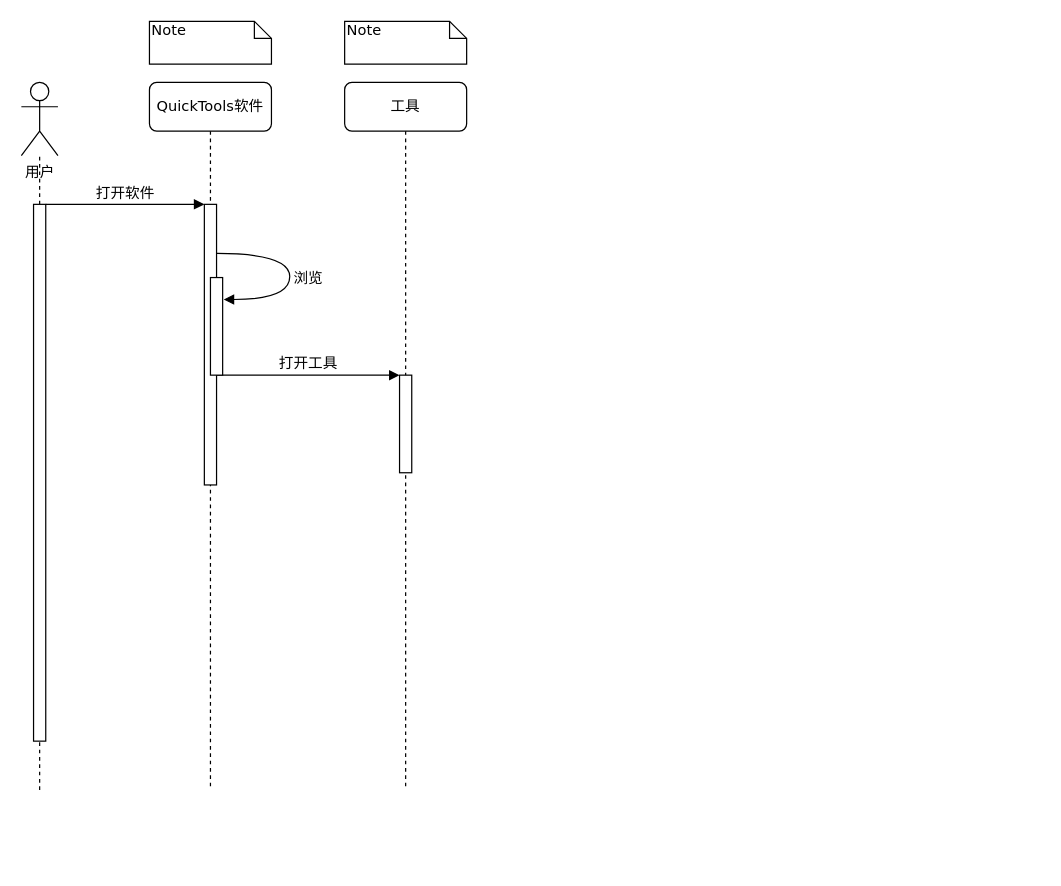
QWERDF007/QuickTools keeps this draw.io diagram as assets/design/时序图.drawio. Above is the earlier version. Source tidied: cells renumbered, new cells numbered last; positions are measured from the earlier drawing's top-left corner, leaving out a move shared by most shapes. Both pictures are drawn from the tidied source at 122%, with x=0, y=0 at pixel (21, 21).
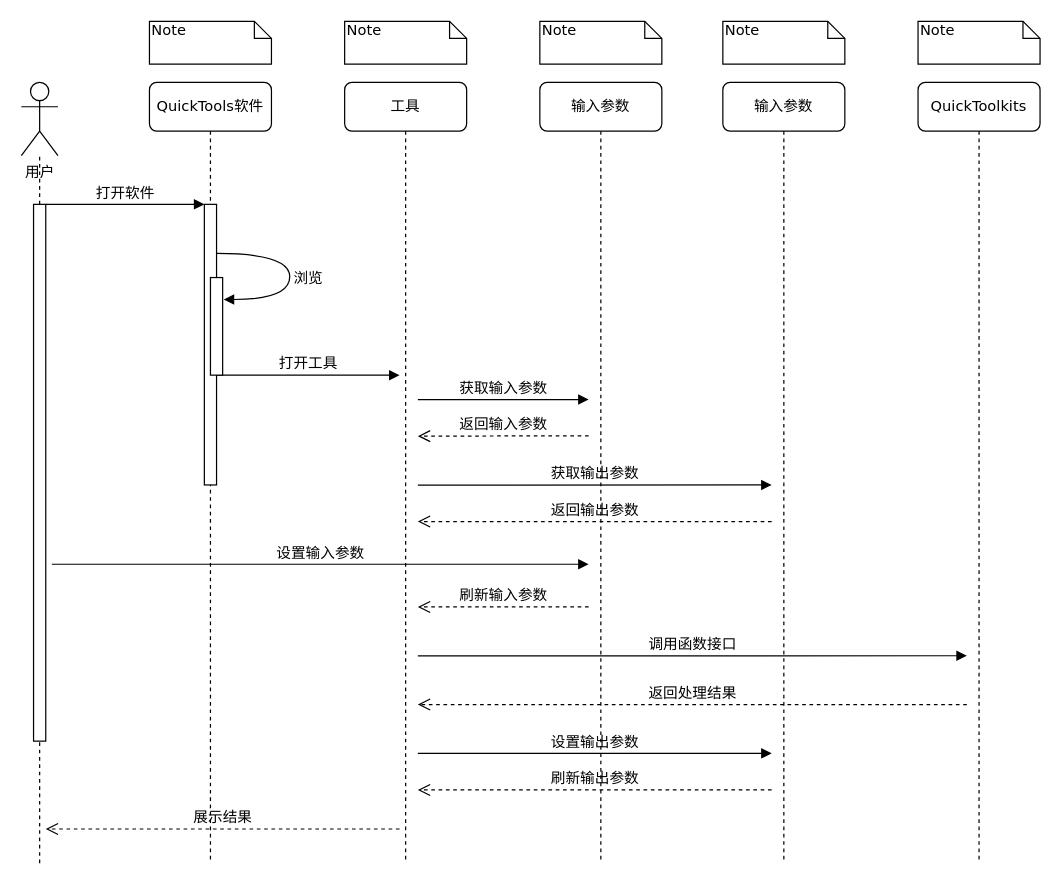
After the change.

Commit message:
更新时序图

Unchanged cells that the change refers to:
```xml
<mxCell id="9" value="用户" style="shape=umlActor;verticalLabelPosition=bottom;verticalAlign=top;html=1;outlineConnect=0;" parent="1" vertex="1">
  <mxGeometry y="50" width="30" height="60" as="geometry" />
</mxCell>
```

Change to the diagram source:
```diff
@@
     <mxCell id="2" value="QuickTools软件" style="shape=umlLifeline;perimeter=lifelinePerimeter;whiteSpace=wrap;html=1;rounded=1;shadow=0;comic=0;labelBackgroundColor=none;strokeWidth=1;fontFamily=Verdana;fontSize=12;align=center;" parent="1" vertex="1">
-      <mxGeometry x="105" y="50" width="100" height="580" as="geometry" />
+      <mxGeometry x="105" y="50" width="100" height="640" as="geometry" />
     </mxCell>
+    <mxCell id="15" value="展示结果" style="html=1;verticalAlign=bottom;endArrow=open;dashed=1;endSize=8;labelBackgroundColor=none;fontFamily=Verdana;fontSize=12;edgeStyle=elbowEdgeStyle;elbow=vertical;" parent="2" edge="1">
+      <mxGeometry relative="1" as="geometry">
+        <mxPoint x="205" y="612" as="sourcePoint" />
+        <mxPoint x="-85" y="611.7" as="targetPoint" />
+      </mxGeometry>
+    </mxCell>
     <mxCell id="3" style="endArrow=none;dashed=1;html=1;rounded=0;" parent="1" edge="1" target="9">
       <mxGeometry relative="1" as="geometry">
-        <mxPoint x="15" y="630" as="sourcePoint" />
+        <mxPoint x="15" y="690" as="sourcePoint" />
       </mxGeometry>
     </mxCell>
     <mxCell id="4" value="工具" style="shape=umlLifeline;perimeter=lifelinePerimeter;whiteSpace=wrap;html=1;rounded=1;shadow=0;comic=0;labelBackgroundColor=none;strokeWidth=1;fontFamily=Verdana;fontSize=12;align=center;" parent="1" vertex="1">
-      <mxGeometry x="265" y="50" width="100" height="580" as="geometry" />
+      <mxGeometry x="265" y="50" width="100" height="640" as="geometry" />
     </mxCell>
+    <mxCell id="16" value="获取输出参数" style="html=1;verticalAlign=bottom;endArrow=block;labelBackgroundColor=none;fontFamily=Verdana;fontSize=12;edgeStyle=elbowEdgeStyle;elbow=vertical;jumpStyle=none;" parent="4" edge="1">
+      <mxGeometry relative="1" as="geometry">
+        <mxPoint x="60" y="330.1" as="sourcePoint" />
+        <mxPoint x="350" y="330" as="targetPoint" />
+      </mxGeometry>
+    </mxCell>
+    <mxCell id="17" value="调用函数接口" style="html=1;verticalAlign=bottom;endArrow=block;labelBackgroundColor=none;fontFamily=Verdana;fontSize=12;edgeStyle=elbowEdgeStyle;elbow=vertical;" parent="4" edge="1">
+      <mxGeometry relative="1" as="geometry">
+        <mxPoint x="60" y="470.1" as="sourcePoint" />
+        <mxPoint x="510" y="470" as="targetPoint" />
+      </mxGeometry>
+    </mxCell>
+    <mxCell id="18" value="刷新输出参数" style="html=1;verticalAlign=bottom;endArrow=open;dashed=1;endSize=8;labelBackgroundColor=none;fontFamily=Verdana;fontSize=12;edgeStyle=elbowEdgeStyle;elbow=vertical;" parent="4" edge="1">
+      <mxGeometry relative="1" as="geometry">
+        <mxPoint x="350" y="580" as="sourcePoint" />
+        <mxPoint x="60" y="579.7" as="targetPoint" />
+      </mxGeometry>
+    </mxCell>
@@
-    <mxCell id="14" style="html=1;perimeter=orthogonalPerimeter;rounded=0;shadow=0;comic=0;labelBackgroundColor=none;strokeWidth=1;fontFamily=Verdana;fontSize=12;align=center;" parent="1" vertex="1">
-      <mxGeometry x="310" y="290" width="10" height="80" as="geometry" />
-    </mxCell>
+    <mxCell id="19" value="输入参数" style="shape=umlLifeline;perimeter=lifelinePerimeter;whiteSpace=wrap;html=1;rounded=1;shadow=0;comic=0;labelBackgroundColor=none;strokeWidth=1;fontFamily=Verdana;fontSize=12;align=center;" parent="1" vertex="1">
+      <mxGeometry x="425" y="50" width="100" height="640" as="geometry" />
+    </mxCell>
+    <mxCell id="20" value="设置输出参数" style="html=1;verticalAlign=bottom;endArrow=block;labelBackgroundColor=none;fontFamily=Verdana;fontSize=12;edgeStyle=elbowEdgeStyle;elbow=vertical;jumpStyle=none;" parent="19" edge="1">
+      <mxGeometry relative="1" as="geometry">
+        <mxPoint x="-100" y="550" as="sourcePoint" />
+        <mxPoint x="190" y="550" as="targetPoint" />
+      </mxGeometry>
+    </mxCell>
+    <mxCell id="21" value="Note" style="shape=note;whiteSpace=wrap;html=1;size=14;verticalAlign=top;align=left;spacingTop=-6;rounded=0;shadow=0;comic=0;labelBackgroundColor=none;strokeWidth=1;fontFamily=Verdana;fontSize=12;" parent="1" vertex="1">
+      <mxGeometry x="425" width="100" height="35" as="geometry" />
+    </mxCell>
+    <mxCell id="22" value="设置输入参数" style="html=1;verticalAlign=bottom;endArrow=block;labelBackgroundColor=none;fontFamily=Verdana;fontSize=12;edgeStyle=elbowEdgeStyle;elbow=vertical;" parent="1" edge="1">
+      <mxGeometry relative="1" as="geometry">
+        <mxPoint x="25" y="445" as="sourcePoint" />
+        <mxPoint x="465" y="445" as="targetPoint" />
+      </mxGeometry>
+    </mxCell>
+    <mxCell id="23" value="刷新输入参数" style="html=1;verticalAlign=bottom;endArrow=open;dashed=1;endSize=8;labelBackgroundColor=none;fontFamily=Verdana;fontSize=12;edgeStyle=elbowEdgeStyle;elbow=vertical;" parent="1" edge="1">
+      <mxGeometry relative="1" as="geometry">
+        <mxPoint x="465" y="480" as="sourcePoint" />
+        <mxPoint x="325" y="480" as="targetPoint" />
+      </mxGeometry>
+    </mxCell>
+    <mxCell id="24" value="获取输入参数" style="html=1;verticalAlign=bottom;endArrow=block;entryX=0;entryY=0;labelBackgroundColor=none;fontFamily=Verdana;fontSize=12;edgeStyle=elbowEdgeStyle;elbow=vertical;" parent="1" edge="1">
+      <mxGeometry relative="1" as="geometry">
+        <mxPoint x="325" y="310" as="sourcePoint" />
+        <mxPoint x="465" y="310.3" as="targetPoint" />
+      </mxGeometry>
+    </mxCell>
+    <mxCell id="25" value="返回输入参数" style="html=1;verticalAlign=bottom;endArrow=open;dashed=1;endSize=8;labelBackgroundColor=none;fontFamily=Verdana;fontSize=12;edgeStyle=elbowEdgeStyle;elbow=vertical;" parent="1" edge="1">
+      <mxGeometry relative="1" as="geometry">
+        <mxPoint x="465" y="339.7" as="sourcePoint" />
+        <mxPoint x="325" y="339.7" as="targetPoint" />
+      </mxGeometry>
+    </mxCell>
+    <mxCell id="26" value="输入参数" style="shape=umlLifeline;perimeter=lifelinePerimeter;whiteSpace=wrap;html=1;rounded=1;shadow=0;comic=0;labelBackgroundColor=none;strokeWidth=1;fontFamily=Verdana;fontSize=12;align=center;" parent="1" vertex="1">
+      <mxGeometry x="575" y="50" width="100" height="640" as="geometry" />
+    </mxCell>
+    <mxCell id="27" value="Note" style="shape=note;whiteSpace=wrap;html=1;size=14;verticalAlign=top;align=left;spacingTop=-6;rounded=0;shadow=0;comic=0;labelBackgroundColor=none;strokeWidth=1;fontFamily=Verdana;fontSize=12;" parent="1" vertex="1">
+      <mxGeometry x="575" width="100" height="35" as="geometry" />
+    </mxCell>
+    <mxCell id="28" value="返回输出参数" style="html=1;verticalAlign=bottom;endArrow=open;dashed=1;endSize=8;labelBackgroundColor=none;fontFamily=Verdana;fontSize=12;edgeStyle=elbowEdgeStyle;elbow=vertical;" parent="1" edge="1">
+      <mxGeometry relative="1" as="geometry">
+        <mxPoint x="615" y="410" as="sourcePoint" />
+        <mxPoint x="325" y="410" as="targetPoint" />
+      </mxGeometry>
+    </mxCell>
+    <mxCell id="29" value="QuickToolkits" style="shape=umlLifeline;perimeter=lifelinePerimeter;whiteSpace=wrap;html=1;rounded=1;shadow=0;comic=0;labelBackgroundColor=none;strokeWidth=1;fontFamily=Verdana;fontSize=12;align=center;" parent="1" vertex="1">
+      <mxGeometry x="735" y="50" width="100" height="640" as="geometry" />
+    </mxCell>
+    <mxCell id="30" value="Note" style="shape=note;whiteSpace=wrap;html=1;size=14;verticalAlign=top;align=left;spacingTop=-6;rounded=0;shadow=0;comic=0;labelBackgroundColor=none;strokeWidth=1;fontFamily=Verdana;fontSize=12;" parent="1" vertex="1">
+      <mxGeometry x="735" width="100" height="35" as="geometry" />
+    </mxCell>
+    <mxCell id="31" value="返回处理结果" style="html=1;verticalAlign=bottom;endArrow=open;dashed=1;endSize=8;labelBackgroundColor=none;fontFamily=Verdana;fontSize=12;edgeStyle=elbowEdgeStyle;elbow=vertical;" parent="1" edge="1">
+      <mxGeometry relative="1" as="geometry">
+        <mxPoint x="775" y="560.1" as="sourcePoint" />
+        <mxPoint x="325" y="560" as="targetPoint" />
+      </mxGeometry>
+    </mxCell>
```
